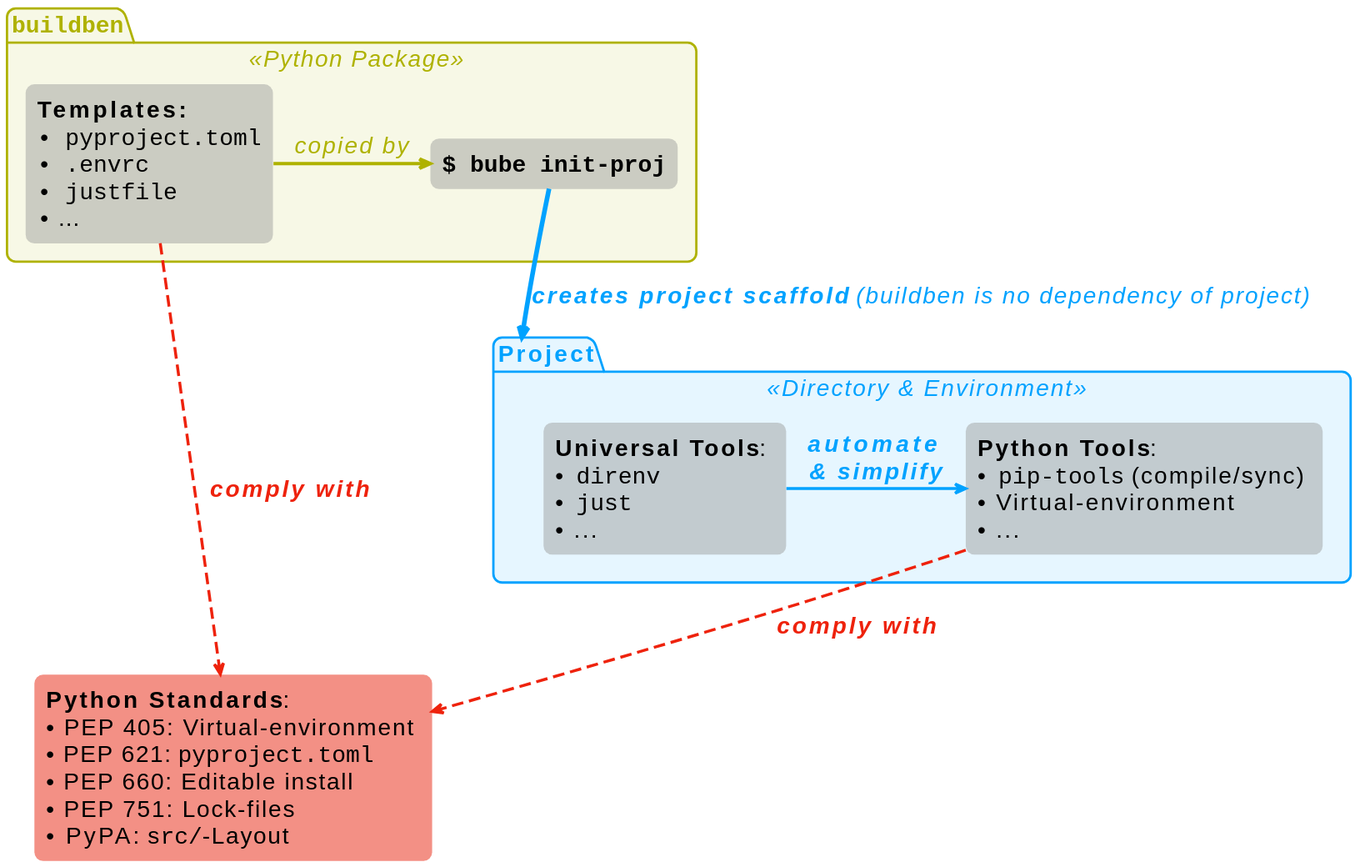
HisQu/buildben keeps this PlantUML diagram as assets/figures/graphical-abstract_init-proj/graphical-abstract_init-proj.svg. Above is the earlier version.
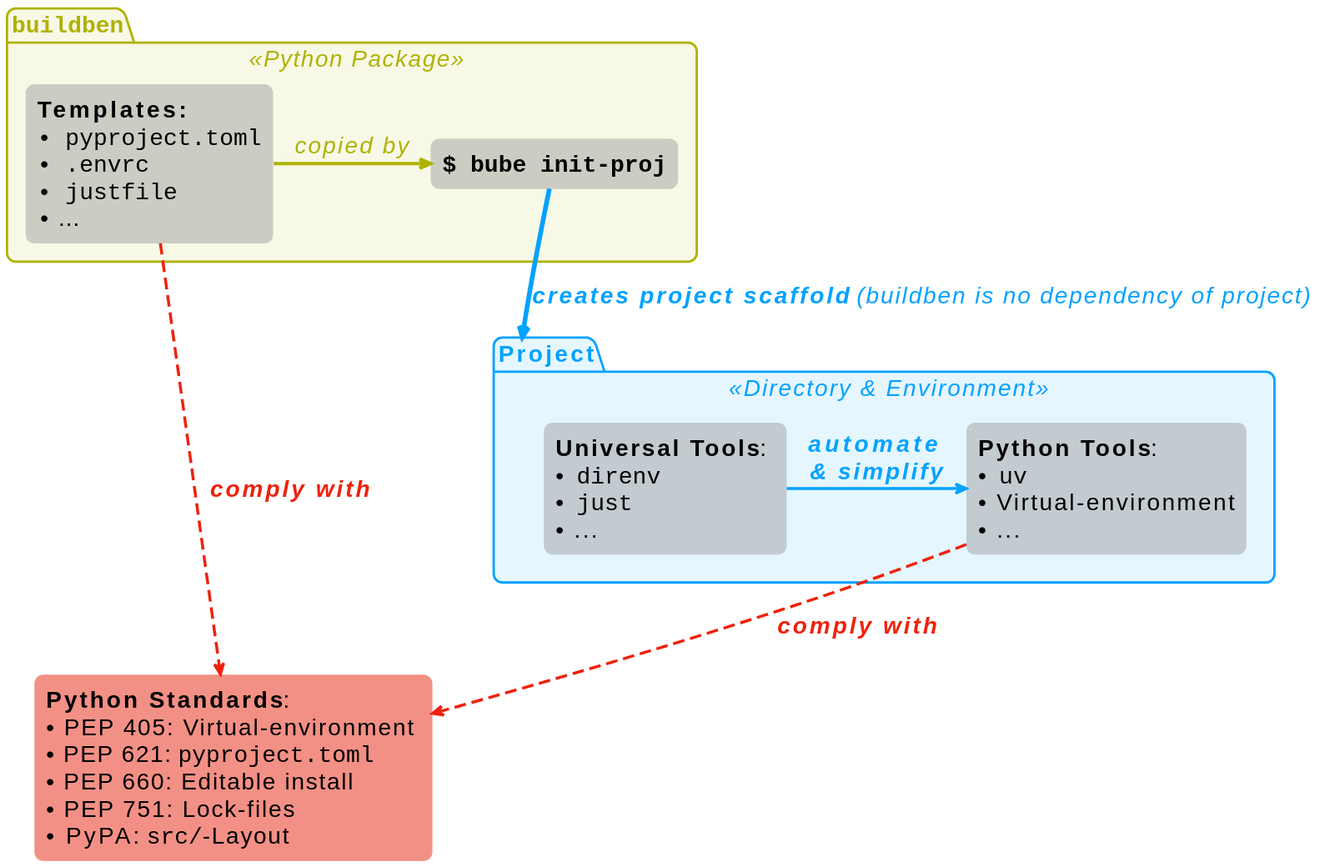
After the commit.

Change to the diagram source:
```diff
@@ -61,7 +61,7 @@
 
 package "Project" as P <<Directory & Environment>>{
 
-  rectangle "**Python Tools**: \n• ""pip-tools"" (compile/sync) \n• Virtual-environment\n• ..." as PyTools
+  rectangle "**Python Tools**: \n• ""uv"" \n• Virtual-environment\n• ..." as PyTools
   rectangle "**Universal Tools**: \n• ""direnv""\n• ""just""\n• ..." as Tools
 }
 
```
